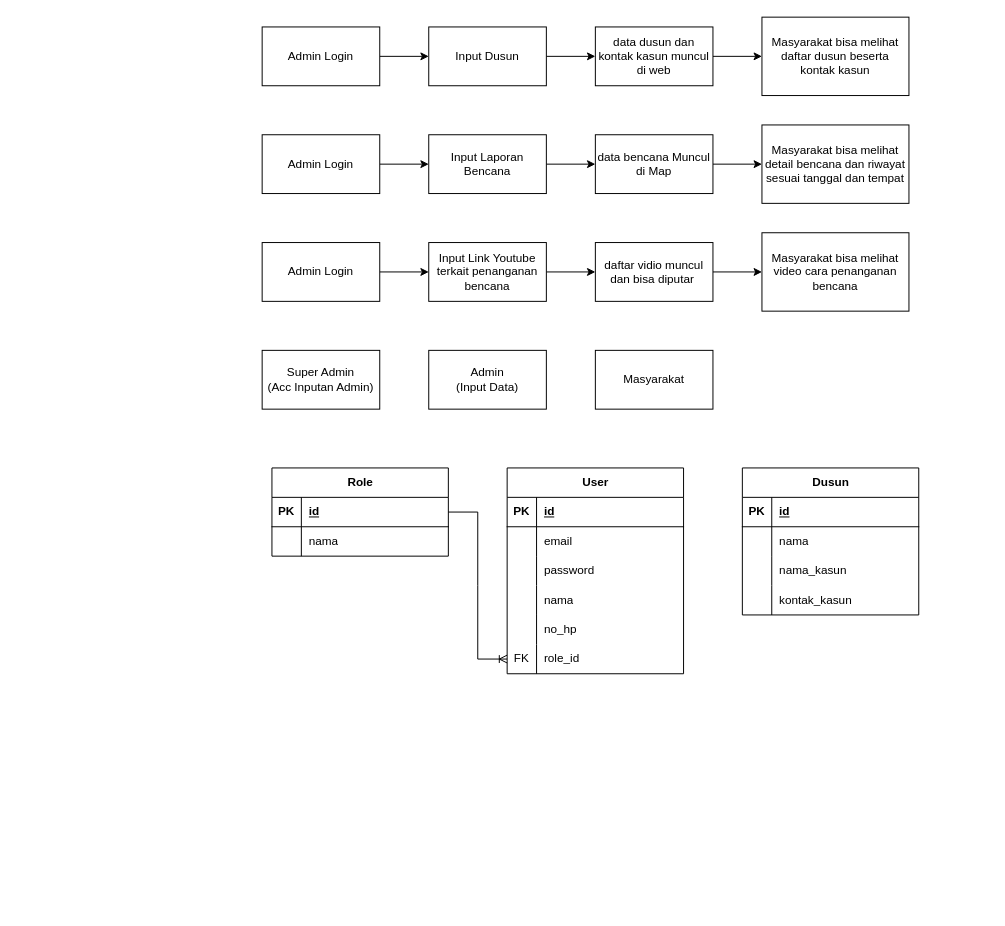
Before: Flow Ramtana.drawio in Mochalan14/alantes, a draw.io diagram. Source tidied: cells renumbered, new cells numbered last; positions are measured from the earlier drawing's top-left corner, leaving out a move shared by most shapes. Both pictures are drawn from the tidied source at 98%, with x=0, y=0 at pixel (262, 17).
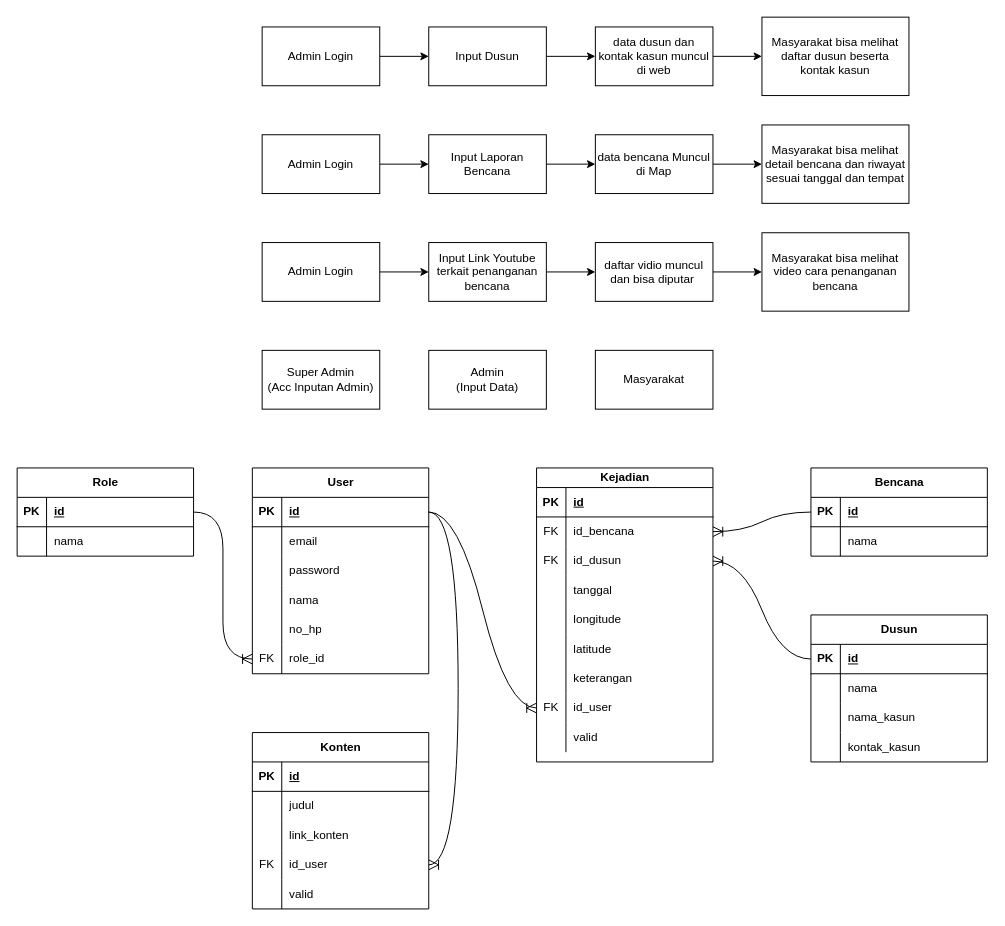
The same diagram, later.

The change refers to these unchanged cells:
```xml
<mxCell id="27" style="shape=tableRow;horizontal=0;startSize=0;swimlaneHead=0;swimlaneBody=0;fillColor=none;points=[[0,0.5],[1,0.5]];portConstraint=eastwest;top=0;left=0;right=0;bottom=1;" parent="26" vertex="1">
  <mxGeometry y="30" width="180" height="30" as="geometry" />
</mxCell>
<mxCell id="42" style="shape=tableRow;horizontal=0;startSize=0;swimlaneHead=0;swimlaneBody=0;fillColor=none;points=[[0,0.5],[1,0.5]];portConstraint=eastwest;top=0;left=0;right=0;bottom=0;" parent="26" vertex="1">
  <mxGeometry y="180" width="180" height="30" as="geometry" />
</mxCell>
<mxCell id="46" style="shape=tableRow;horizontal=0;startSize=0;swimlaneHead=0;swimlaneBody=0;fillColor=none;points=[[0,0.5],[1,0.5]];portConstraint=eastwest;top=0;left=0;right=0;bottom=1;" parent="45" vertex="1">
  <mxGeometry y="30" width="180" height="30" as="geometry" />
</mxCell>
<mxCell id="54" style="shape=tableRow;horizontal=0;startSize=0;swimlaneHead=0;swimlaneBody=0;fillColor=none;points=[[0,0.5],[1,0.5]];portConstraint=eastwest;top=0;left=0;right=0;bottom=1;" parent="53" vertex="1">
  <mxGeometry y="30" width="180" height="30" as="geometry" />
</mxCell>
```

What changed in the source:
```diff
@@
     <mxCell id="26" value="User" style="shape=table;startSize=30;childLayout=tableLayout;rowLines=0;fontStyle=1;align=center;html=1;" parent="1" vertex="1">
-      <mxGeometry x="250" y="460" width="180" height="210" as="geometry" />
+      <mxGeometry x="-10" y="460" width="180" height="210" as="geometry" />
     </mxCell>
@@
     <mxCell id="45" value="Role" style="shape=table;startSize=30;childLayout=tableLayout;rowLines=0;fontStyle=1;align=center;html=1;" parent="1" vertex="1">
-      <mxGeometry x="10" y="460" width="180" height="90" as="geometry" />
+      <mxGeometry x="-250" y="460" width="180" height="90" as="geometry" />
     </mxCell>
@@
-    <mxCell id="52" style="edgeStyle=entityRelationEdgeStyle;fontSize=12;html=1;endArrow=ERoneToMany;rounded=0;exitX=1;exitY=0.5;exitDx=0;exitDy=0;entryX=0;entryY=0.5;entryDx=0;entryDy=0;" parent="1" edge="1" source="46" target="42">
-      <mxGeometry relative="1" as="geometry" />
-    </mxCell>
     <mxCell id="53" value="Dusun" style="shape=table;startSize=30;childLayout=tableLayout;rowLines=0;fontStyle=1;align=center;html=1;" parent="1" vertex="1">
-      <mxGeometry x="490" y="460" width="180" height="150" as="geometry" />
+      <mxGeometry x="560" y="610" width="180" height="150" as="geometry" />
     </mxCell>
@@
+    <mxCell id="66" value="Bencana" style="shape=table;startSize=30;childLayout=tableLayout;rowLines=0;fontStyle=1;align=center;html=1;" parent="1" vertex="1">
+      <mxGeometry x="560" y="460" width="180" height="90" as="geometry" />
+    </mxCell>
+    <mxCell id="67" style="shape=tableRow;horizontal=0;startSize=0;swimlaneHead=0;swimlaneBody=0;fillColor=none;points=[[0,0.5],[1,0.5]];portConstraint=eastwest;top=0;left=0;right=0;bottom=1;" parent="66" vertex="1">
+      <mxGeometry y="30" width="180" height="30" as="geometry" />
+    </mxCell>
+    <mxCell id="68" value="PK" style="shape=partialRectangle;fillColor=none;top=0;left=0;bottom=0;right=0;fontStyle=1;overflow=hidden;whiteSpace=wrap;html=1;" parent="67" vertex="1">
+      <mxGeometry width="30" height="30" as="geometry" />
+    </mxCell>
+    <mxCell id="69" value="id" style="shape=partialRectangle;fillColor=none;top=0;left=0;bottom=0;right=0;align=left;spacingLeft=6;fontStyle=5;overflow=hidden;whiteSpace=wrap;html=1;" parent="67" vertex="1">
+      <mxGeometry x="30" width="150" height="30" as="geometry" />
+    </mxCell>
+    <mxCell id="70" style="shape=tableRow;horizontal=0;startSize=0;swimlaneHead=0;swimlaneBody=0;fillColor=none;top=0;left=0;right=0;bottom=0;" parent="66" vertex="1">
+      <mxGeometry y="60" width="180" height="30" as="geometry" />
+    </mxCell>
+    <mxCell id="71" style="shape=partialRectangle;fillColor=none;top=0;left=0;bottom=0;right=0;overflow=hidden;whiteSpace=wrap;html=1;" parent="70" vertex="1">
+      <mxGeometry width="30" height="30" as="geometry" />
+    </mxCell>
+    <mxCell id="72" value="nama" style="shape=partialRectangle;fillColor=none;top=0;left=0;bottom=0;right=0;align=left;spacingLeft=6;overflow=hidden;whiteSpace=wrap;html=1;" parent="70" vertex="1">
+      <mxGeometry x="30" width="150" height="30" as="geometry" />
+    </mxCell>
+    <mxCell id="73" style="edgeStyle=entityRelationEdgeStyle;fontSize=12;html=1;endArrow=ERoneToMany;rounded=0;startSize=8;endSize=8;curved=1;entryX=1;entryY=0.5;entryDx=0;entryDy=0;exitX=0;exitY=0.5;exitDx=0;exitDy=0;" parent="1" edge="1" source="67" target="79">
+      <mxGeometry relative="1" as="geometry" />
+    </mxCell>
+    <mxCell id="74" style="edgeStyle=entityRelationEdgeStyle;fontSize=12;html=1;endArrow=ERoneToMany;rounded=0;startSize=8;endSize=8;curved=1;exitX=0;exitY=0.5;exitDx=0;exitDy=0;entryX=1;entryY=0.5;entryDx=0;entryDy=0;" parent="1" edge="1" source="54" target="82">
+      <mxGeometry relative="1" as="geometry">
+        <Array as="points">
+          <mxPoint x="540" y="670" />
+          <mxPoint x="550" y="660" />
+        </Array>
+      </mxGeometry>
+    </mxCell>
+    <mxCell id="75" value="Kejadian" style="shape=table;startSize=20;childLayout=tableLayout;rowLines=0;fontStyle=1;align=center;html=1;" parent="1" vertex="1">
+      <mxGeometry x="280" y="460" width="180" height="300" as="geometry" />
+    </mxCell>
+    <mxCell id="76" style="shape=tableRow;horizontal=0;startSize=0;swimlaneHead=0;swimlaneBody=0;fillColor=none;top=0;left=0;right=0;bottom=1;" parent="75" vertex="1">
+      <mxGeometry y="20" width="180" height="30" as="geometry" />
+    </mxCell>
+    <mxCell id="77" value="PK" style="shape=partialRectangle;fillColor=none;top=0;left=0;bottom=0;right=0;fontStyle=1;overflow=hidden;whiteSpace=wrap;html=1;" parent="76" vertex="1">
+      <mxGeometry width="30" height="30" as="geometry" />
+    </mxCell>
+    <mxCell id="78" value="id" style="shape=partialRectangle;fillColor=none;top=0;left=0;bottom=0;right=0;align=left;spacingLeft=6;fontStyle=5;overflow=hidden;whiteSpace=wrap;html=1;" parent="76" vertex="1">
+      <mxGeometry x="30" width="150" height="30" as="geometry" />
+    </mxCell>
+    <mxCell id="79" style="shape=tableRow;horizontal=0;startSize=0;swimlaneHead=0;swimlaneBody=0;fillColor=none;points=[[0,0.5],[1,0.5]];portConstraint=eastwest;top=0;left=0;right=0;bottom=0;" parent="75" vertex="1">
+      <mxGeometry y="50" width="180" height="30" as="geometry" />
+    </mxCell>
+    <mxCell id="80" value="FK" style="shape=partialRectangle;fillColor=none;top=0;left=0;bottom=0;right=0;overflow=hidden;whiteSpace=wrap;html=1;" parent="79" vertex="1">
+      <mxGeometry width="30" height="30" as="geometry" />
+    </mxCell>
+    <mxCell id="81" value="id_bencana" style="shape=partialRectangle;fillColor=none;top=0;left=0;bottom=0;right=0;align=left;spacingLeft=6;overflow=hidden;whiteSpace=wrap;html=1;" parent="79" vertex="1">
+      <mxGeometry x="30" width="150" height="30" as="geometry" />
+    </mxCell>
+    <mxCell id="82" style="shape=tableRow;horizontal=0;startSize=0;swimlaneHead=0;swimlaneBody=0;fillColor=none;points=[[0,0.5],[1,0.5]];portConstraint=eastwest;top=0;left=0;right=0;bottom=0;" parent="75" vertex="1">
+      <mxGeometry y="80" width="180" height="30" as="geometry" />
+    </mxCell>
+    <mxCell id="83" value="FK" style="shape=partialRectangle;fillColor=none;top=0;left=0;bottom=0;right=0;overflow=hidden;whiteSpace=wrap;html=1;" parent="82" vertex="1">
+      <mxGeometry width="30" height="30" as="geometry" />
+    </mxCell>
+    <mxCell id="84" value="id_dusun" style="shape=partialRectangle;fillColor=none;top=0;left=0;bottom=0;right=0;align=left;spacingLeft=6;overflow=hidden;whiteSpace=wrap;html=1;" parent="82" vertex="1">
+      <mxGeometry x="30" width="150" height="30" as="geometry" />
+    </mxCell>
+    <mxCell id="85" style="shape=tableRow;horizontal=0;startSize=0;swimlaneHead=0;swimlaneBody=0;fillColor=none;top=0;left=0;right=0;bottom=0;" parent="75" vertex="1">
+      <mxGeometry y="110" width="180" height="30" as="geometry" />
+    </mxCell>
+    <mxCell id="86" style="shape=partialRectangle;fillColor=none;top=0;left=0;bottom=0;right=0;overflow=hidden;whiteSpace=wrap;html=1;" parent="85" vertex="1">
+      <mxGeometry width="30" height="30" as="geometry" />
+    </mxCell>
+    <mxCell id="87" value="tanggal" style="shape=partialRectangle;fillColor=none;top=0;left=0;bottom=0;right=0;align=left;spacingLeft=6;overflow=hidden;whiteSpace=wrap;html=1;" parent="85" vertex="1">
+      <mxGeometry x="30" width="150" height="30" as="geometry" />
+    </mxCell>
+    <mxCell id="88" style="shape=tableRow;horizontal=0;startSize=0;swimlaneHead=0;swimlaneBody=0;fillColor=none;top=0;left=0;right=0;bottom=0;" parent="75" vertex="1">
+      <mxGeometry y="140" width="180" height="30" as="geometry" />
+    </mxCell>
+    <mxCell id="89" style="shape=partialRectangle;fillColor=none;top=0;left=0;bottom=0;right=0;overflow=hidden;whiteSpace=wrap;html=1;" parent="88" vertex="1">
+      <mxGeometry width="30" height="30" as="geometry" />
+    </mxCell>
+    <mxCell id="90" value="longitude" style="shape=partialRectangle;fillColor=none;top=0;left=0;bottom=0;right=0;align=left;spacingLeft=6;overflow=hidden;whiteSpace=wrap;html=1;" parent="88" vertex="1">
+      <mxGeometry x="30" width="150" height="30" as="geometry" />
+    </mxCell>
+    <mxCell id="91" style="shape=tableRow;horizontal=0;startSize=0;swimlaneHead=0;swimlaneBody=0;fillColor=none;top=0;left=0;right=0;bottom=0;" parent="75" vertex="1">
+      <mxGeometry y="170" width="180" height="30" as="geometry" />
+    </mxCell>
+    <mxCell id="92" style="shape=partialRectangle;fillColor=none;top=0;left=0;bottom=0;right=0;overflow=hidden;whiteSpace=wrap;html=1;" parent="91" vertex="1">
+      <mxGeometry width="30" height="30" as="geometry" />
+    </mxCell>
+    <mxCell id="93" value="latitude" style="shape=partialRectangle;fillColor=none;top=0;left=0;bottom=0;right=0;align=left;spacingLeft=6;overflow=hidden;whiteSpace=wrap;html=1;" parent="91" vertex="1">
+      <mxGeometry x="30" width="150" height="30" as="geometry" />
+    </mxCell>
+    <mxCell id="94" style="shape=tableRow;horizontal=0;startSize=0;swimlaneHead=0;swimlaneBody=0;fillColor=none;top=0;left=0;right=0;bottom=0;" parent="75" vertex="1">
+      <mxGeometry y="200" width="180" height="30" as="geometry" />
+    </mxCell>
+    <mxCell id="95" style="shape=partialRectangle;fillColor=none;top=0;left=0;bottom=0;right=0;overflow=hidden;whiteSpace=wrap;html=1;" parent="94" vertex="1">
+      <mxGeometry width="30" height="30" as="geometry" />
+    </mxCell>
+    <mxCell id="96" value="keterangan" style="shape=partialRectangle;fillColor=none;top=0;left=0;bottom=0;right=0;align=left;spacingLeft=6;overflow=hidden;whiteSpace=wrap;html=1;" parent="94" vertex="1">
+      <mxGeometry x="30" width="150" height="30" as="geometry" />
+    </mxCell>
+    <mxCell id="97" style="shape=tableRow;horizontal=0;startSize=0;swimlaneHead=0;swimlaneBody=0;fillColor=none;points=[[0,0.5],[1,0.5]];portConstraint=eastwest;top=0;left=0;right=0;bottom=0;" parent="75" vertex="1">
+      <mxGeometry y="230" width="180" height="30" as="geometry" />
+    </mxCell>
+    <mxCell id="98" value="FK" style="shape=partialRectangle;fillColor=none;top=0;left=0;bottom=0;right=0;overflow=hidden;whiteSpace=wrap;html=1;" parent="97" vertex="1">
+      <mxGeometry width="30" height="30" as="geometry" />
+    </mxCell>
+    <mxCell id="99" value="id_user" style="shape=partialRectangle;fillColor=none;top=0;left=0;bottom=0;right=0;align=left;spacingLeft=6;overflow=hidden;whiteSpace=wrap;html=1;" parent="97" vertex="1">
+      <mxGeometry x="30" width="150" height="30" as="geometry" />
+    </mxCell>
+    <mxCell id="100" style="shape=tableRow;horizontal=0;startSize=0;swimlaneHead=0;swimlaneBody=0;fillColor=none;top=0;left=0;right=0;bottom=0;" parent="75" vertex="1">
+      <mxGeometry y="260" width="180" height="30" as="geometry" />
+    </mxCell>
+    <mxCell id="101" style="shape=partialRectangle;fillColor=none;top=0;left=0;bottom=0;right=0;overflow=hidden;whiteSpace=wrap;html=1;" parent="100" vertex="1">
+      <mxGeometry width="30" height="30" as="geometry" />
+    </mxCell>
+    <mxCell id="102" value="valid" style="shape=partialRectangle;fillColor=none;top=0;left=0;bottom=0;right=0;align=left;spacingLeft=6;overflow=hidden;whiteSpace=wrap;html=1;" parent="100" vertex="1">
+      <mxGeometry x="30" width="150" height="30" as="geometry" />
+    </mxCell>
+    <mxCell id="103" style="edgeStyle=entityRelationEdgeStyle;fontSize=12;html=1;endArrow=ERoneToMany;rounded=0;startSize=8;endSize=8;curved=1;exitX=1;exitY=0.5;exitDx=0;exitDy=0;entryX=0;entryY=0.5;entryDx=0;entryDy=0;" parent="1" edge="1" source="27" target="97">
+      <mxGeometry relative="1" as="geometry">
+        <Array as="points">
+          <mxPoint x="420" y="630" />
+          <mxPoint x="480" y="660" />
+        </Array>
+      </mxGeometry>
+    </mxCell>
+    <mxCell id="52" style="edgeStyle=entityRelationEdgeStyle;fontSize=12;html=1;endArrow=ERoneToMany;rounded=0;startSize=8;endSize=8;curved=1;entryX=0;entryY=0.5;entryDx=0;entryDy=0;exitX=1;exitY=0.5;exitDx=0;exitDy=0;" parent="1" edge="1" source="46" target="42">
+      <mxGeometry relative="1" as="geometry">
+        <Array as="points">
+          <mxPoint x="110" y="730" />
+          <mxPoint x="140" y="660" />
+          <mxPoint x="50" y="655" />
+          <mxPoint x="-90" y="795" />
+          <mxPoint x="-10" y="790" />
+          <mxPoint x="10" y="710" />
+        </Array>
+      </mxGeometry>
+    </mxCell>
+    <mxCell id="104" value="Konten" style="shape=table;startSize=30;childLayout=tableLayout;rowLines=0;fontStyle=1;align=center;html=1;" parent="1" vertex="1">
+      <mxGeometry x="-10" y="730" width="180" height="180" as="geometry" />
+    </mxCell>
+    <mxCell id="105" style="shape=tableRow;horizontal=0;startSize=0;swimlaneHead=0;swimlaneBody=0;fillColor=none;top=0;left=0;right=0;bottom=1;" parent="104" vertex="1">
+      <mxGeometry y="30" width="180" height="30" as="geometry" />
+    </mxCell>
+    <mxCell id="106" value="PK" style="shape=partialRectangle;fillColor=none;top=0;left=0;bottom=0;right=0;fontStyle=1;overflow=hidden;whiteSpace=wrap;html=1;" parent="105" vertex="1">
+      <mxGeometry width="30" height="30" as="geometry" />
+    </mxCell>
+    <mxCell id="107" value="id" style="shape=partialRectangle;fillColor=none;top=0;left=0;bottom=0;right=0;align=left;spacingLeft=6;fontStyle=5;overflow=hidden;whiteSpace=wrap;html=1;" parent="105" vertex="1">
+      <mxGeometry x="30" width="150" height="30" as="geometry" />
+    </mxCell>
+    <mxCell id="108" style="shape=tableRow;horizontal=0;startSize=0;swimlaneHead=0;swimlaneBody=0;fillColor=none;top=0;left=0;right=0;bottom=0;" parent="104" vertex="1">
+      <mxGeometry y="60" width="180" height="30" as="geometry" />
+    </mxCell>
+    <mxCell id="109" style="shape=partialRectangle;fillColor=none;top=0;left=0;bottom=0;right=0;overflow=hidden;whiteSpace=wrap;html=1;" parent="108" vertex="1">
+      <mxGeometry width="30" height="30" as="geometry" />
+    </mxCell>
+    <mxCell id="110" value="judul" style="shape=partialRectangle;fillColor=none;top=0;left=0;bottom=0;right=0;align=left;spacingLeft=6;overflow=hidden;whiteSpace=wrap;html=1;" parent="108" vertex="1">
+      <mxGeometry x="30" width="150" height="30" as="geometry" />
+    </mxCell>
+    <mxCell id="111" style="shape=tableRow;horizontal=0;startSize=0;swimlaneHead=0;swimlaneBody=0;fillColor=none;top=0;left=0;right=0;bottom=0;" parent="104" vertex="1">
+      <mxGeometry y="90" width="180" height="30" as="geometry" />
+    </mxCell>
+    <mxCell id="112" style="shape=partialRectangle;fillColor=none;top=0;left=0;bottom=0;right=0;overflow=hidden;whiteSpace=wrap;html=1;" parent="111" vertex="1">
+      <mxGeometry width="30" height="30" as="geometry" />
+    </mxCell>
+    <mxCell id="113" value="link_konten" style="shape=partialRectangle;fillColor=none;top=0;left=0;bottom=0;right=0;align=left;spacingLeft=6;overflow=hidden;whiteSpace=wrap;html=1;" parent="111" vertex="1">
+      <mxGeometry x="30" width="150" height="30" as="geometry" />
+    </mxCell>
+    <mxCell id="114" style="shape=tableRow;horizontal=0;startSize=0;swimlaneHead=0;swimlaneBody=0;fillColor=none;points=[[0,0.5],[1,0.5]];portConstraint=eastwest;top=0;left=0;right=0;bottom=0;" parent="104" vertex="1">
+      <mxGeometry y="120" width="180" height="30" as="geometry" />
+    </mxCell>
+    <mxCell id="115" value="FK" style="shape=partialRectangle;fillColor=none;top=0;left=0;bottom=0;right=0;overflow=hidden;whiteSpace=wrap;html=1;" parent="114" vertex="1">
+      <mxGeometry width="30" height="30" as="geometry" />
+    </mxCell>
+    <mxCell id="116" value="id_user" style="shape=partialRectangle;fillColor=none;top=0;left=0;bottom=0;right=0;align=left;spacingLeft=6;overflow=hidden;whiteSpace=wrap;html=1;" parent="114" vertex="1">
+      <mxGeometry x="30" width="150" height="30" as="geometry" />
+    </mxCell>
+    <mxCell id="117" style="shape=tableRow;horizontal=0;startSize=0;swimlaneHead=0;swimlaneBody=0;fillColor=none;top=0;left=0;right=0;bottom=0;" parent="104" vertex="1">
+      <mxGeometry y="150" width="180" height="30" as="geometry" />
+    </mxCell>
+    <mxCell id="118" style="shape=partialRectangle;fillColor=none;top=0;left=0;bottom=0;right=0;overflow=hidden;whiteSpace=wrap;html=1;" parent="117" vertex="1">
+      <mxGeometry width="30" height="30" as="geometry" />
+    </mxCell>
+    <mxCell id="119" value="valid" style="shape=partialRectangle;fillColor=none;top=0;left=0;bottom=0;right=0;align=left;spacingLeft=6;overflow=hidden;whiteSpace=wrap;html=1;" parent="117" vertex="1">
+      <mxGeometry x="30" width="150" height="30" as="geometry" />
+    </mxCell>
+    <mxCell id="120" style="edgeStyle=entityRelationEdgeStyle;fontSize=12;html=1;endArrow=ERoneToMany;rounded=0;startSize=8;endSize=8;curved=1;" parent="1" edge="1" source="27" target="114">
+      <mxGeometry relative="1" as="geometry">
+        <Array as="points">
+          <mxPoint x="-430" y="585" />
+          <mxPoint x="-420" y="765" />
+          <mxPoint x="-450" y="755" />
+        </Array>
+      </mxGeometry>
+    </mxCell>
```
